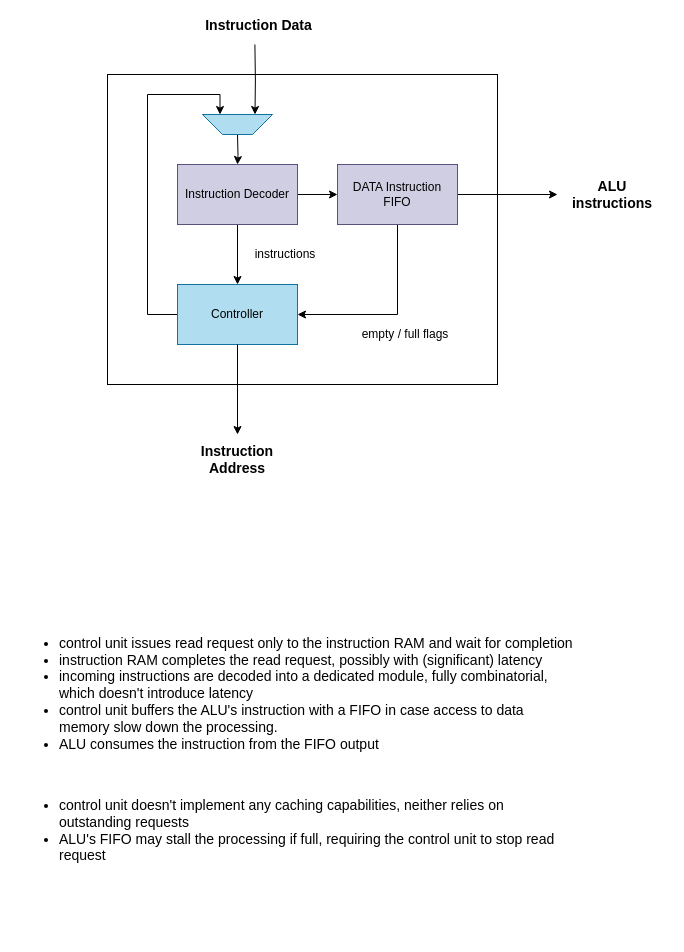
dpretet/friscv keeps this draw.io diagram as page "Control Unit" (2 of 3) of doc/friscv.drawio. Above is the earlier version. Source tidied: cells renumbered, new cells numbered last; positions are measured from the earlier drawing's top-left corner, leaving out a move shared by most shapes. Both pictures are drawn from the tidied source at 100%, with x=0, y=0 at pixel (17, 44).
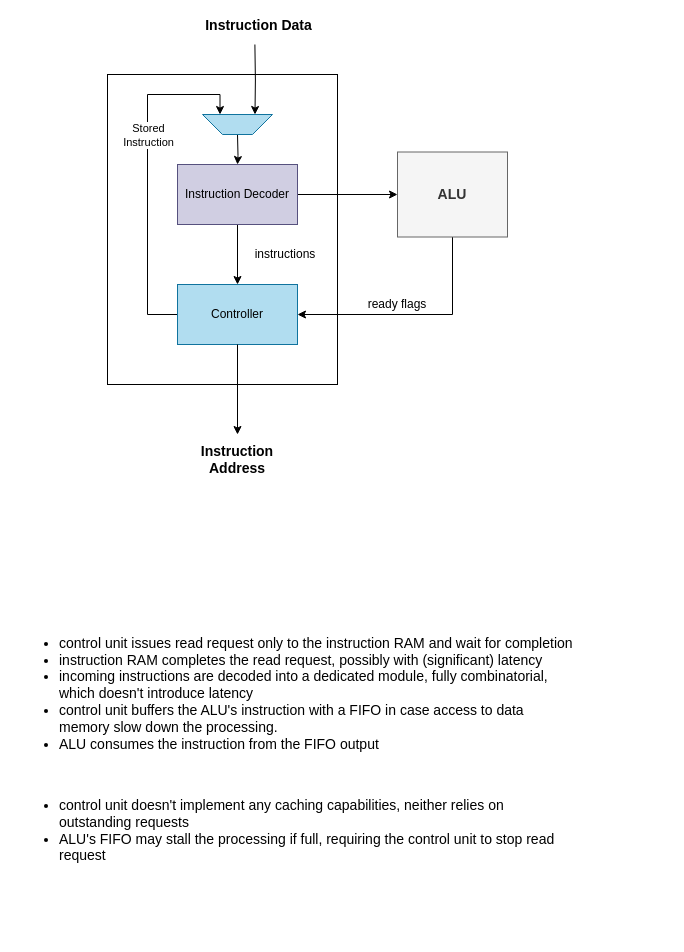
After the change.

Commit message (it also covers changes not shown here):
New: implement all I-type arithmetic instructions

Unchanged cells that the change refers to:
```xml
<mxCell id="6" value="Instruction Decoder" style="rounded=0;whiteSpace=wrap;html=1;fillColor=#d0cee2;strokeColor=#56517e;" parent="1" vertex="1">
  <mxGeometry x="160" y="120" width="120" height="60" as="geometry" />
</mxCell>
<mxCell id="10" style="edgeStyle=orthogonalEdgeStyle;rounded=0;jettySize=auto;html=1;exitX=0;exitY=0.5;exitDx=0;exitDy=0;entryX=0.75;entryY=1;entryDx=0;entryDy=0;startArrow=none;startFill=0;fontSize=14;fontColor=#FFFFFF;" parent="1" edge="1" source="11" target="21">
  <mxGeometry relative="1" as="geometry">
    <Array as="points">
      <mxPoint x="130" y="270" />
      <mxPoint x="130" y="50" />
      <mxPoint x="203" y="50" />
    </Array>
  </mxGeometry>
</mxCell>
<mxCell id="11" value="Controller" style="rounded=0;whiteSpace=wrap;html=1;fillColor=#b1ddf0;strokeColor=#10739e;" parent="1" vertex="1">
  <mxGeometry x="160" y="240" width="120" height="60" as="geometry" />
</mxCell>
```

The edit, as a diff of the source:
```diff
@@
     <mxCell id="2" style="rounded=0;whiteSpace=wrap;html=1;" parent="1" vertex="1">
-      <mxGeometry x="90" y="30" width="390" height="310" as="geometry" />
+      <mxGeometry x="90" y="30" width="230" height="310" as="geometry" />
     </mxCell>
@@
-    <mxCell id="5" style="edgeStyle=orthogonalEdgeStyle;rounded=0;jettySize=auto;html=1;startArrow=none;startFill=0;" parent="1" edge="1" source="6" target="9">
+    <mxCell id="5" style="edgeStyle=orthogonalEdgeStyle;rounded=0;jettySize=auto;html=1;startArrow=none;startFill=0;entryX=0;entryY=0.5;entryDx=0;entryDy=0;" parent="1" edge="1" source="6" target="13">
       <mxGeometry relative="1" as="geometry" />
     </mxCell>
@@
-    <mxCell id="7" style="edgeStyle=orthogonalEdgeStyle;rounded=0;jettySize=auto;html=1;exitX=0.5;exitY=1;exitDx=0;exitDy=0;entryX=1;entryY=0.5;entryDx=0;entryDy=0;startArrow=none;startFill=0;" parent="1" edge="1" source="9" target="11">
-      <mxGeometry relative="1" as="geometry" />
-    </mxCell>
-    <mxCell id="8" style="edgeStyle=orthogonalEdgeStyle;rounded=0;jettySize=auto;html=1;exitX=1;exitY=0.5;exitDx=0;exitDy=0;startArrow=none;startFill=0;entryX=0;entryY=0.5;entryDx=0;entryDy=0;" parent="1" edge="1" source="9" target="13">
-      <mxGeometry relative="1" as="geometry" />
-    </mxCell>
-    <mxCell id="9" value="DATA Instruction FIFO" style="rounded=0;whiteSpace=wrap;html=1;fillColor=#d0cee2;strokeColor=#56517e;" parent="1" vertex="1">
-      <mxGeometry x="320" y="120" width="120" height="60" as="geometry" />
-    </mxCell>
@@
+    <mxCell id="22" value="Stored &lt;br&gt;Instruction" style="edgeLabel;html=1;align=center;verticalAlign=middle;" parent="10" vertex="1">
+      <mxGeometry x="0.32" relative="1" as="geometry">
+        <mxPoint y="16" as="offset" />
+      </mxGeometry>
+    </mxCell>
@@
-    <mxCell id="12" value="empty / full flags" style="text;html=1;strokeColor=none;fillColor=none;align=center;verticalAlign=middle;whiteSpace=wrap;rounded=0;" parent="1" vertex="1">
-      <mxGeometry x="340" y="280" width="96" height="20" as="geometry" />
+    <mxCell id="12" value="ready flags" style="text;html=1;strokeColor=none;fillColor=none;align=center;verticalAlign=middle;whiteSpace=wrap;rounded=0;" parent="1" vertex="1">
+      <mxGeometry x="332" y="250" width="96" height="20" as="geometry" />
     </mxCell>
+    <mxCell id="23" style="edgeStyle=orthogonalEdgeStyle;rounded=0;jettySize=auto;html=1;exitX=0.5;exitY=1;exitDx=0;exitDy=0;" parent="1" edge="1" source="13">
+      <mxGeometry relative="1" as="geometry">
+        <mxPoint x="280" y="270" as="targetPoint" />
+        <Array as="points">
+          <mxPoint x="435" y="270" />
+        </Array>
+      </mxGeometry>
+    </mxCell>
-    <mxCell id="13" value="ALU instructions" style="text;html=1;strokeColor=none;fillColor=none;align=center;verticalAlign=middle;whiteSpace=wrap;rounded=0;fontSize=14;fontStyle=1;" parent="1" vertex="1">
-      <mxGeometry x="540" y="125" width="110" height="50" as="geometry" />
+    <mxCell id="13" value="ALU" style="text;html=1;strokeColor=#666666;fillColor=#f5f5f5;align=center;verticalAlign=middle;whiteSpace=wrap;rounded=0;fontSize=14;fontStyle=1;fontColor=#333333;" parent="1" vertex="1">
+      <mxGeometry x="380" y="107.5" width="110" height="85" as="geometry" />
     </mxCell>
```
